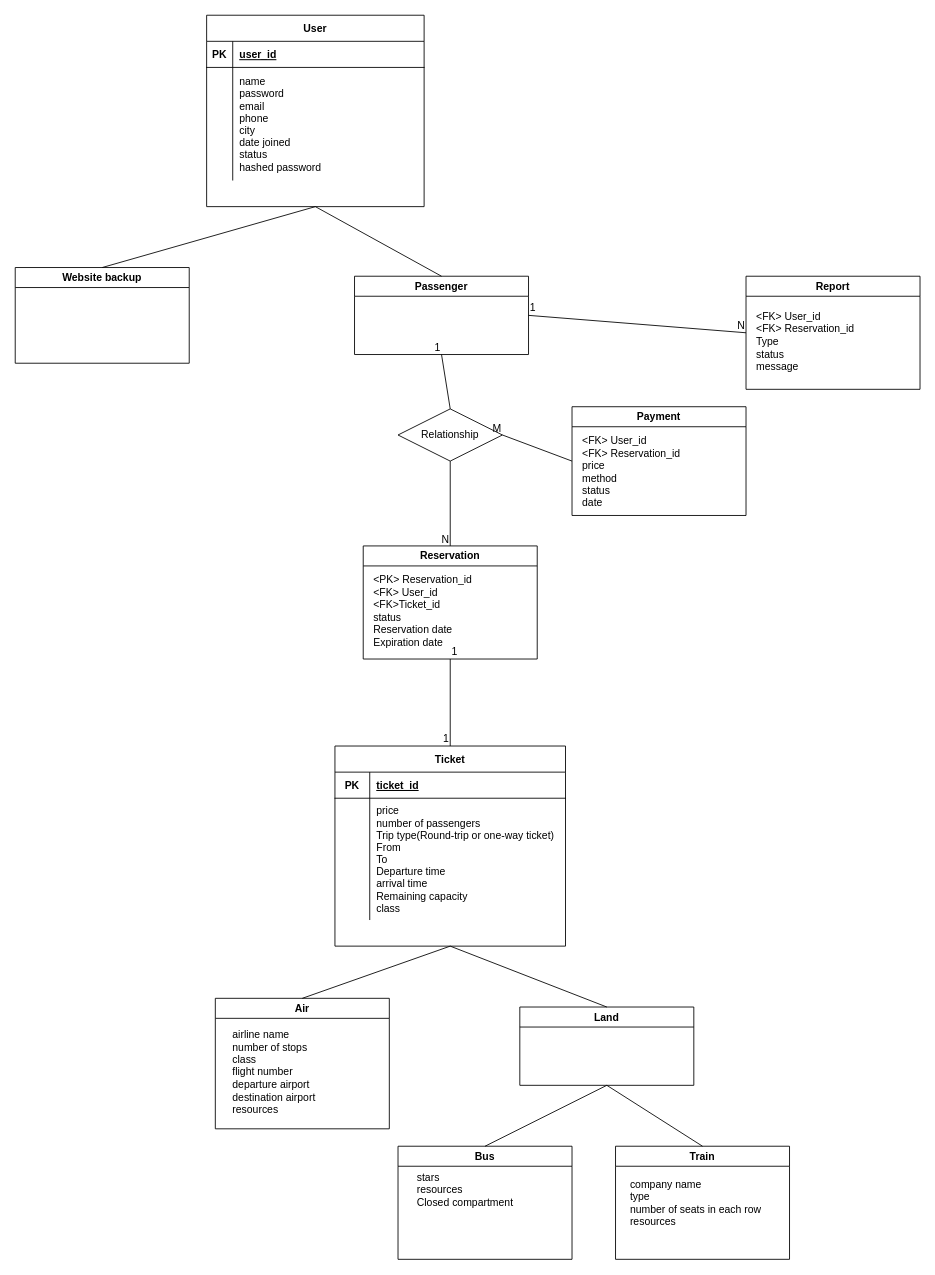
Earlier version of the draw.io diagram ERD.drawio (MSDeylami123/DB_Project). Source tidied: cells renumbered, new cells numbered last; positions are measured from the earlier drawing's top-left corner, leaving out a move shared by most shapes. Both pictures are drawn from the tidied source at 87%, with x=0, y=0 at pixel (15, 15).
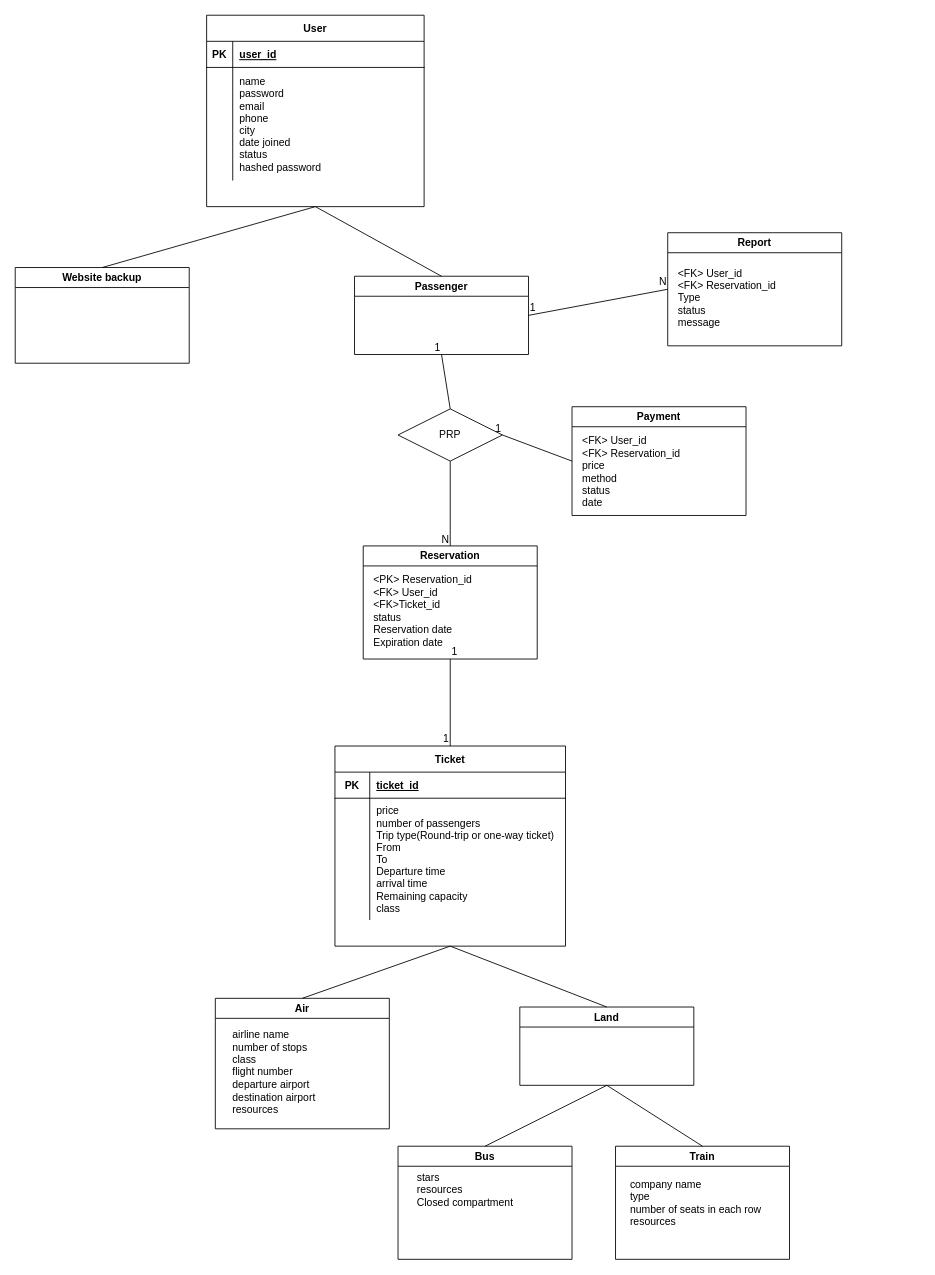
The same diagram, later.

Commit message:
slight changes in ERD

Unchanged cells that the change refers to:
```xml
<mxCell id="41" style="endArrow=none;html=1;rounded=0;entryX=1;entryY=0.5;entryDx=0;entryDy=0;exitX=0;exitY=0.5;exitDx=0;exitDy=0;" parent="1" edge="1" source="43" target="36">
  <mxGeometry relative="1" as="geometry" />
</mxCell>
```

Change to the diagram source:
```diff
@@
-    <mxCell id="36" value="Relationship" style="shape=rhombus;perimeter=rhombusPerimeter;whiteSpace=wrap;html=1;align=center;" parent="1" vertex="1">
+    <mxCell id="36" value="PRP" style="shape=rhombus;perimeter=rhombusPerimeter;whiteSpace=wrap;html=1;align=center;" parent="1" vertex="1">
       <mxGeometry x="440" y="452.5" width="120" height="60" as="geometry" />
     </mxCell>
@@
-    <mxCell id="42" value="M" style="html=1;whiteSpace=wrap;align=right;verticalAlign=bottom;" parent="41" vertex="1">
+    <mxCell id="42" value="1" style="html=1;whiteSpace=wrap;align=right;verticalAlign=bottom;" parent="41" vertex="1">
       <mxGeometry x="1" relative="1" as="geometry" />
     </mxCell>
@@
     <mxCell id="48" value="Report" style="swimlane;whiteSpace=wrap;html=1;" parent="1" vertex="1">
-      <mxGeometry x="840" y="300" width="200" height="130" as="geometry" />
+      <mxGeometry x="750" y="250" width="200" height="130" as="geometry" />
     </mxCell>
```
